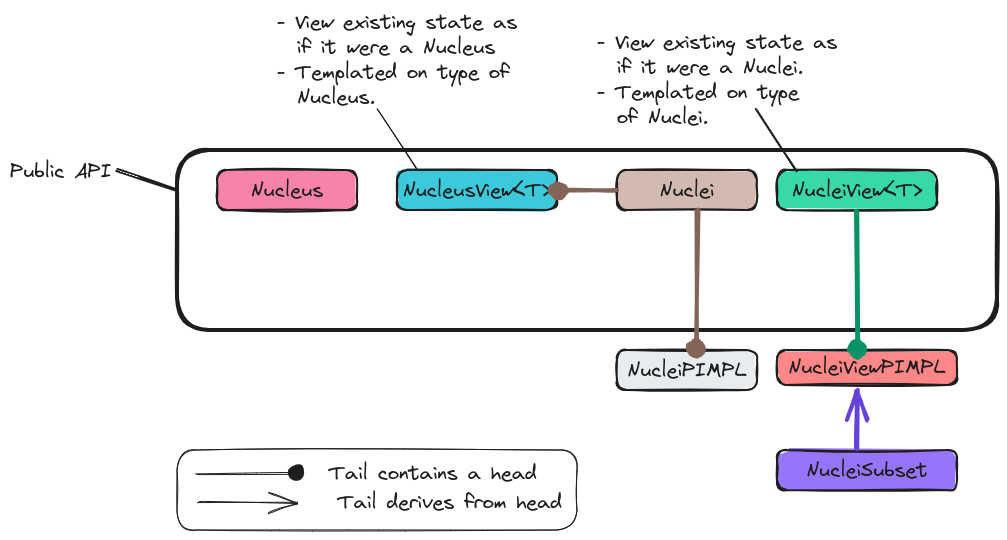
Earlier version of the Excalidraw export docs/source/developer/design/chemical_system/assets/nucleus.png (NWChemEx/Chemist). Source tidied: one line per element, renumbered; positions are measured from the earlier drawing's top-left corner, leaving out a move shared by most shapes. Source of this version:
```json
{"id": 0, "type": "rectangle", "strokeColor": "#1e1e1e", "backgroundColor": "#f783ac", "fillStyle": "solid", "strokeWidth": 2, "roughness": 1, "round": true, "x": 207, "y": 160, "width": 140, "height": 40}
{"id": 1, "type": "text", "text": "Nucleus", "strokeColor": "#1e1e1e", "strokeWidth": 1, "roughness": 1, "fontSize": 20, "fontFamily": 1, "textAlign": "center", "verticalAlign": "middle", "inside": 0, "x": 241, "y": 168, "width": 73, "height": 25}
{"id": 2, "type": "rectangle", "strokeColor": "#1e1e1e", "backgroundColor": "#3bc9db", "fillStyle": "solid", "strokeWidth": 2, "roughness": 1, "round": true, "x": 387, "y": 160, "width": 160, "height": 40}
{"id": 3, "type": "text", "text": "NucleusView<T>", "strokeColor": "#1e1e1e", "strokeWidth": 1, "roughness": 1, "fontSize": 20, "fontFamily": 1, "textAlign": "center", "verticalAlign": "middle", "inside": 2, "x": 393, "y": 168, "width": 148, "height": 25}
{"id": 4, "type": "text", "text": "- View existing state as \n  if it were a Nucleus\n- Templated on type of\n  Nucleus.", "strokeColor": "#1e1e1e", "strokeWidth": 1, "roughness": 1, "fontSize": 20, "fontFamily": 1, "x": 267, "y": 0, "width": 250, "height": 100}
{"id": 5, "type": "rectangle", "strokeColor": "#1e1e1e", "backgroundColor": "#d2bab0", "fillStyle": "solid", "strokeWidth": 2, "roughness": 1, "round": true, "x": 607, "y": 160, "width": 140, "height": 40}
{"id": 6, "type": "text", "text": "Nuclei", "strokeColor": "#1e1e1e", "strokeWidth": 1, "roughness": 1, "fontSize": 20, "fontFamily": 1, "textAlign": "center", "verticalAlign": "middle", "inside": 5, "x": 650, "y": 168, "width": 55, "height": 25}
{"id": 7, "type": "rectangle", "strokeColor": "#1e1e1e", "backgroundColor": "#38d9a9", "fillStyle": "solid", "strokeWidth": 2, "roughness": 1, "round": true, "x": 767, "y": 160, "width": 160, "height": 40}
{"id": 8, "type": "text", "text": "NucleiView<T>", "strokeColor": "#1e1e1e", "strokeWidth": 1, "roughness": 1, "fontSize": 20, "fontFamily": 1, "textAlign": "center", "verticalAlign": "middle", "inside": 7, "x": 782, "y": 168, "width": 131, "height": 25}
{"id": 9, "type": "rectangle", "strokeColor": "#1e1e1e", "backgroundColor": "#e9ecef", "fillStyle": "solid", "strokeWidth": 2, "roughness": 1, "round": true, "x": 607, "y": 340, "width": 140, "height": 40}
{"id": 10, "type": "text", "text": "NucleiPIMPL", "strokeColor": "#1e1e1e", "strokeWidth": 1, "roughness": 1, "fontSize": 20, "fontFamily": 1, "textAlign": "center", "verticalAlign": "middle", "inside": 9, "x": 617, "y": 348, "width": 119, "height": 25}
{"id": 11, "type": "rectangle", "strokeColor": "#1e1e1e", "backgroundColor": "#ff8787", "fillStyle": "solid", "strokeWidth": 2, "roughness": 1, "round": true, "x": 767, "y": 340, "width": 180, "height": 35}
{"id": 12, "type": "text", "text": "NucleiViewPIMPL", "strokeColor": "#1e1e1e", "strokeWidth": 1, "roughness": 1, "fontSize": 20, "fontFamily": 1, "textAlign": "center", "verticalAlign": "middle", "inside": 11, "x": 778, "y": 345, "width": 157, "height": 25}
{"id": 13, "type": "rectangle", "strokeColor": "#1e1e1e", "backgroundColor": "#9775fa", "fillStyle": "solid", "strokeWidth": 2, "roughness": 1, "round": true, "x": 767, "y": 440, "width": 180, "height": 40}
{"id": 14, "type": "text", "text": "NucleiSubset", "strokeColor": "#1e1e1e", "strokeWidth": 1, "roughness": 1, "fontSize": 20, "fontFamily": 1, "textAlign": "center", "verticalAlign": "middle", "inside": 13, "x": 796, "y": 448, "width": 122, "height": 25}
{"id": 15, "type": "arrow", "strokeColor": "#6741d9", "strokeWidth": 4, "roughness": 1, "endArrowhead": "arrow", "round": true, "from": 13, "to": 11, "x": 847, "y": 439, "width": 0, "height": 59, "points": [[0, 0], [0, -59]]}
{"id": 16, "type": "line", "strokeColor": "#1e1e1e", "strokeWidth": 1, "roughness": 1, "round": true, "x": 367, "y": 100, "width": 40, "height": 60, "points": [[0, 0], [40, 60]]}
{"id": 17, "type": "rectangle", "strokeColor": "#1e1e1e", "strokeWidth": 4, "roughness": 1, "round": true, "x": 167, "y": 140, "width": 820, "height": 180}
{"id": 18, "type": "text", "text": "Public API", "strokeColor": "#1e1e1e", "strokeWidth": 1, "roughness": 1, "fontSize": 20, "fontFamily": 1, "x": 0, "y": 149, "width": 102, "height": 25}
{"id": 19, "type": "line", "strokeColor": "#1e1e1e", "strokeWidth": 2, "roughness": 1, "round": true, "x": 107, "y": 160, "width": 60, "height": 20, "points": [[0, 0], [60, 20]]}
{"id": 20, "type": "arrow", "strokeColor": "#846358", "strokeWidth": 4, "roughness": 1, "endArrowhead": "dot", "round": true, "from": 5, "to": 9, "x": 687, "y": 201, "width": 0, "height": 138, "points": [[0, 0], [0, 138]]}
{"id": 21, "type": "arrow", "strokeColor": "#099268", "strokeWidth": 4, "roughness": 1, "endArrowhead": "dot", "round": true, "from": 7, "to": 11, "x": 847, "y": 201, "width": 1, "height": 138, "points": [[0, 0], [1, 138]]}
{"id": 22, "type": "arrow", "strokeColor": "#1e1e1e", "strokeWidth": 1, "roughness": 1, "endArrowhead": "dot", "round": true, "x": 187, "y": 464, "width": 100, "height": 0, "points": [[0, 0], [100, 0]]}
{"id": 23, "type": "text", "text": "Tail contains a head", "strokeColor": "#1e1e1e", "strokeWidth": 1, "roughness": 1, "fontSize": 20, "fontFamily": 1, "x": 319, "y": 451, "width": 208, "height": 25}
{"id": 24, "type": "arrow", "strokeColor": "#1e1e1e", "strokeWidth": 1, "roughness": 1, "endArrowhead": "arrow", "round": true, "x": 188, "y": 493, "width": 100, "height": 0, "points": [[0, 0], [100, 0]]}
{"id": 25, "type": "text", "text": "Tail derives from head", "strokeColor": "#1e1e1e", "strokeWidth": 1, "roughness": 1, "fontSize": 20, "fontFamily": 1, "x": 328, "y": 480, "width": 224, "height": 25}
{"id": 26, "type": "rectangle", "strokeColor": "#1e1e1e", "strokeWidth": 1, "roughness": 1, "round": true, "x": 167, "y": 440, "width": 400, "height": 80}
{"id": 27, "type": "arrow", "strokeColor": "#846358", "strokeWidth": 4, "roughness": 1, "endArrowhead": "dot", "round": true, "from": 5, "to": 2, "x": 606, "y": 180, "width": 58, "height": 0, "points": [[0, 0], [-58, 0]]}
{"id": 28, "type": "text", "text": "- View existing state as\n  if it were a Nuclei.\n- Templated on type\n  of Nuclei.", "strokeColor": "#1e1e1e", "backgroundColor": "#40c057", "fillStyle": "solid", "strokeWidth": 2, "roughness": 1, "fontSize": 20, "fontFamily": 1, "x": 587, "y": 20, "width": 240, "height": 100}
{"id": 29, "type": "line", "strokeColor": "#1e1e1e", "backgroundColor": "#40c057", "fillStyle": "solid", "strokeWidth": 2, "roughness": 1, "round": true, "x": 747, "y": 100, "width": 40, "height": 60, "points": [[0, 0], [40, 60]]}
```
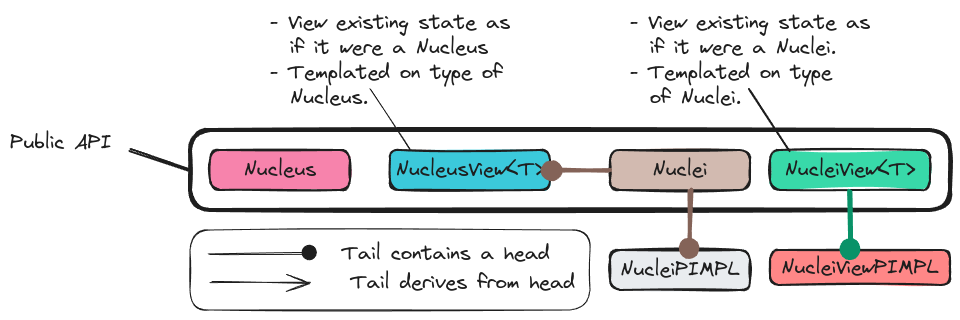
After the change.

What changed in the source:
```diff
@@ -2,29 +2,26 @@
 {"id": 1, "type": "text", "text": "Nucleus", "strokeColor": "#1e1e1e", "strokeWidth": 1, "roughness": 1, "fontSize": 20, "fontFamily": 1, "textAlign": "center", "verticalAlign": "middle", "inside": 0, "x": 241, "y": 168, "width": 73, "height": 25}
 {"id": 2, "type": "rectangle", "strokeColor": "#1e1e1e", "backgroundColor": "#3bc9db", "fillStyle": "solid", "strokeWidth": 2, "roughness": 1, "round": true, "x": 387, "y": 160, "width": 160, "height": 40}
 {"id": 3, "type": "text", "text": "NucleusView<T>", "strokeColor": "#1e1e1e", "strokeWidth": 1, "roughness": 1, "fontSize": 20, "fontFamily": 1, "textAlign": "center", "verticalAlign": "middle", "inside": 2, "x": 393, "y": 168, "width": 148, "height": 25}
-{"id": 4, "type": "text", "text": "- View existing state as \n  if it were a Nucleus\n- Templated on type of\n  Nucleus.", "strokeColor": "#1e1e1e", "strokeWidth": 1, "roughness": 1, "fontSize": 20, "fontFamily": 1, "x": 267, "y": 0, "width": 250, "height": 100}
+{"id": 4, "type": "text", "text": "- View existing state as \n  if it were a Nucleus\n- Templated on type of\n  Nucleus.", "strokeColor": "#1e1e1e", "strokeWidth": 1, "roughness": 1, "fontSize": 20, "fontFamily": 1, "x": 267, "y": 20, "width": 250, "height": 100}
 {"id": 5, "type": "rectangle", "strokeColor": "#1e1e1e", "backgroundColor": "#d2bab0", "fillStyle": "solid", "strokeWidth": 2, "roughness": 1, "round": true, "x": 607, "y": 160, "width": 140, "height": 40}
 {"id": 6, "type": "text", "text": "Nuclei", "strokeColor": "#1e1e1e", "strokeWidth": 1, "roughness": 1, "fontSize": 20, "fontFamily": 1, "textAlign": "center", "verticalAlign": "middle", "inside": 5, "x": 650, "y": 168, "width": 55, "height": 25}
 {"id": 7, "type": "rectangle", "strokeColor": "#1e1e1e", "backgroundColor": "#38d9a9", "fillStyle": "solid", "strokeWidth": 2, "roughness": 1, "round": true, "x": 767, "y": 160, "width": 160, "height": 40}
 {"id": 8, "type": "text", "text": "NucleiView<T>", "strokeColor": "#1e1e1e", "strokeWidth": 1, "roughness": 1, "fontSize": 20, "fontFamily": 1, "textAlign": "center", "verticalAlign": "middle", "inside": 7, "x": 782, "y": 168, "width": 131, "height": 25}
-{"id": 9, "type": "rectangle", "strokeColor": "#1e1e1e", "backgroundColor": "#e9ecef", "fillStyle": "solid", "strokeWidth": 2, "roughness": 1, "round": true, "x": 607, "y": 340, "width": 140, "height": 40}
+{"id": 9, "type": "rectangle", "strokeColor": "#1e1e1e", "backgroundColor": "#e9ecef", "fillStyle": "solid", "strokeWidth": 2, "roughness": 1, "round": true, "x": 607, "y": 260, "width": 140, "height": 40}
-{"id": 10, "type": "text", "text": "NucleiPIMPL", "strokeColor": "#1e1e1e", "strokeWidth": 1, "roughness": 1, "fontSize": 20, "fontFamily": 1, "textAlign": "center", "verticalAlign": "middle", "inside": 9, "x": 617, "y": 348, "width": 119, "height": 25}
+{"id": 10, "type": "text", "text": "NucleiPIMPL", "strokeColor": "#1e1e1e", "strokeWidth": 1, "roughness": 1, "fontSize": 20, "fontFamily": 1, "textAlign": "center", "verticalAlign": "middle", "inside": 9, "x": 617, "y": 268, "width": 119, "height": 25}
-{"id": 11, "type": "rectangle", "strokeColor": "#1e1e1e", "backgroundColor": "#ff8787", "fillStyle": "solid", "strokeWidth": 2, "roughness": 1, "round": true, "x": 767, "y": 340, "width": 180, "height": 35}
+{"id": 11, "type": "rectangle", "strokeColor": "#1e1e1e", "backgroundColor": "#ff8787", "fillStyle": "solid", "strokeWidth": 2, "roughness": 1, "round": true, "x": 767, "y": 260, "width": 180, "height": 35}
-{"id": 12, "type": "text", "text": "NucleiViewPIMPL", "strokeColor": "#1e1e1e", "strokeWidth": 1, "roughness": 1, "fontSize": 20, "fontFamily": 1, "textAlign": "center", "verticalAlign": "middle", "inside": 11, "x": 778, "y": 345, "width": 157, "height": 25}
+{"id": 12, "type": "text", "text": "NucleiViewPIMPL", "strokeColor": "#1e1e1e", "strokeWidth": 1, "roughness": 1, "fontSize": 20, "fontFamily": 1, "textAlign": "center", "verticalAlign": "middle", "inside": 11, "x": 778, "y": 265, "width": 157, "height": 25}
-{"id": 13, "type": "rectangle", "strokeColor": "#1e1e1e", "backgroundColor": "#9775fa", "fillStyle": "solid", "strokeWidth": 2, "roughness": 1, "round": true, "x": 767, "y": 440, "width": 180, "height": 40}
-{"id": 14, "type": "text", "text": "NucleiSubset", "strokeColor": "#1e1e1e", "strokeWidth": 1, "roughness": 1, "fontSize": 20, "fontFamily": 1, "textAlign": "center", "verticalAlign": "middle", "inside": 13, "x": 796, "y": 448, "width": 122, "height": 25}
-{"id": 15, "type": "arrow", "strokeColor": "#6741d9", "strokeWidth": 4, "roughness": 1, "endArrowhead": "arrow", "round": true, "from": 13, "to": 11, "x": 847, "y": 439, "width": 0, "height": 59, "points": [[0, 0], [0, -59]]}
 {"id": 16, "type": "line", "strokeColor": "#1e1e1e", "strokeWidth": 1, "roughness": 1, "round": true, "x": 367, "y": 100, "width": 40, "height": 60, "points": [[0, 0], [40, 60]]}
-{"id": 17, "type": "rectangle", "strokeColor": "#1e1e1e", "strokeWidth": 4, "roughness": 1, "round": true, "x": 167, "y": 140, "width": 820, "height": 180}
+{"id": 17, "type": "rectangle", "strokeColor": "#1e1e1e", "strokeWidth": 4, "roughness": 1, "round": true, "x": 187, "y": 140, "width": 760, "height": 80}
-{"id": 18, "type": "text", "text": "Public API", "strokeColor": "#1e1e1e", "strokeWidth": 1, "roughness": 1, "fontSize": 20, "fontFamily": 1, "x": 0, "y": 149, "width": 102, "height": 25}
+{"id": 18, "type": "text", "text": "Public API", "strokeColor": "#1e1e1e", "strokeWidth": 1, "roughness": 1, "fontSize": 20, "fontFamily": 1, "x": 7, "y": 140, "width": 102, "height": 25}
-{"id": 19, "type": "line", "strokeColor": "#1e1e1e", "strokeWidth": 2, "roughness": 1, "round": true, "x": 107, "y": 160, "width": 60, "height": 20, "points": [[0, 0], [60, 20]]}
+{"id": 19, "type": "line", "strokeColor": "#1e1e1e", "strokeWidth": 2, "roughness": 1, "round": true, "to": 17, "x": 127, "y": 160, "width": 60, "height": 20, "points": [[0, 0], [60, 20]]}
-{"id": 20, "type": "arrow", "strokeColor": "#846358", "strokeWidth": 4, "roughness": 1, "endArrowhead": "dot", "round": true, "from": 5, "to": 9, "x": 687, "y": 201, "width": 0, "height": 138, "points": [[0, 0], [0, 138]]}
+{"id": 20, "type": "arrow", "strokeColor": "#846358", "strokeWidth": 4, "roughness": 1, "endArrowhead": "dot", "round": true, "from": 5, "to": 9, "x": 687, "y": 201, "width": 0, "height": 58, "points": [[0, 0], [0, 58]]}
-{"id": 21, "type": "arrow", "strokeColor": "#099268", "strokeWidth": 4, "roughness": 1, "endArrowhead": "dot", "round": true, "from": 7, "to": 11, "x": 847, "y": 201, "width": 1, "height": 138, "points": [[0, 0], [1, 138]]}
+{"id": 21, "type": "arrow", "strokeColor": "#099268", "strokeWidth": 4, "roughness": 1, "endArrowhead": "dot", "round": true, "from": 7, "to": 11, "x": 847, "y": 201, "width": 1, "height": 58, "points": [[0, 0], [1, 58]]}
-{"id": 22, "type": "arrow", "strokeColor": "#1e1e1e", "strokeWidth": 1, "roughness": 1, "endArrowhead": "dot", "round": true, "x": 187, "y": 464, "width": 100, "height": 0, "points": [[0, 0], [100, 0]]}
+{"id": 22, "type": "arrow", "strokeColor": "#1e1e1e", "strokeWidth": 1, "roughness": 1, "endArrowhead": "dot", "round": true, "x": 207, "y": 264, "width": 100, "height": 0, "points": [[0, 0], [100, 0]]}
-{"id": 23, "type": "text", "text": "Tail contains a head", "strokeColor": "#1e1e1e", "strokeWidth": 1, "roughness": 1, "fontSize": 20, "fontFamily": 1, "x": 319, "y": 451, "width": 208, "height": 25}
+{"id": 23, "type": "text", "text": "Tail contains a head", "strokeColor": "#1e1e1e", "strokeWidth": 1, "roughness": 1, "fontSize": 20, "fontFamily": 1, "x": 339, "y": 251, "width": 208, "height": 25}
-{"id": 24, "type": "arrow", "strokeColor": "#1e1e1e", "strokeWidth": 1, "roughness": 1, "endArrowhead": "arrow", "round": true, "x": 188, "y": 493, "width": 100, "height": 0, "points": [[0, 0], [100, 0]]}
+{"id": 24, "type": "arrow", "strokeColor": "#1e1e1e", "strokeWidth": 1, "roughness": 1, "endArrowhead": "arrow", "round": true, "x": 208, "y": 293, "width": 100, "height": 0, "points": [[0, 0], [100, 0]]}
-{"id": 25, "type": "text", "text": "Tail derives from head", "strokeColor": "#1e1e1e", "strokeWidth": 1, "roughness": 1, "fontSize": 20, "fontFamily": 1, "x": 328, "y": 480, "width": 224, "height": 25}
+{"id": 25, "type": "text", "text": "Tail derives from head", "strokeColor": "#1e1e1e", "strokeWidth": 1, "roughness": 1, "fontSize": 20, "fontFamily": 1, "x": 348, "y": 280, "width": 224, "height": 25}
-{"id": 26, "type": "rectangle", "strokeColor": "#1e1e1e", "strokeWidth": 1, "roughness": 1, "round": true, "x": 167, "y": 440, "width": 400, "height": 80}
+{"id": 26, "type": "rectangle", "strokeColor": "#1e1e1e", "strokeWidth": 1, "roughness": 1, "round": true, "x": 187, "y": 240, "width": 400, "height": 80}
 {"id": 27, "type": "arrow", "strokeColor": "#846358", "strokeWidth": 4, "roughness": 1, "endArrowhead": "dot", "round": true, "from": 5, "to": 2, "x": 606, "y": 180, "width": 58, "height": 0, "points": [[0, 0], [-58, 0]]}
-{"id": 28, "type": "text", "text": "- View existing state as\n  if it were a Nuclei.\n- Templated on type\n  of Nuclei.", "strokeColor": "#1e1e1e", "backgroundColor": "#40c057", "fillStyle": "solid", "strokeWidth": 2, "roughness": 1, "fontSize": 20, "fontFamily": 1, "x": 587, "y": 20, "width": 240, "height": 100}
+{"id": 28, "type": "text", "text": "- View existing state as\n  if it were a Nuclei.\n- Templated on type\n  of Nuclei.", "strokeColor": "#1e1e1e", "backgroundColor": "#40c057", "fillStyle": "solid", "strokeWidth": 2, "roughness": 1, "fontSize": 20, "fontFamily": 1, "x": 627, "y": 20, "width": 240, "height": 100}
 {"id": 29, "type": "line", "strokeColor": "#1e1e1e", "backgroundColor": "#40c057", "fillStyle": "solid", "strokeWidth": 2, "roughness": 1, "round": true, "x": 747, "y": 100, "width": 40, "height": 60, "points": [[0, 0], [40, 60]]}
```
